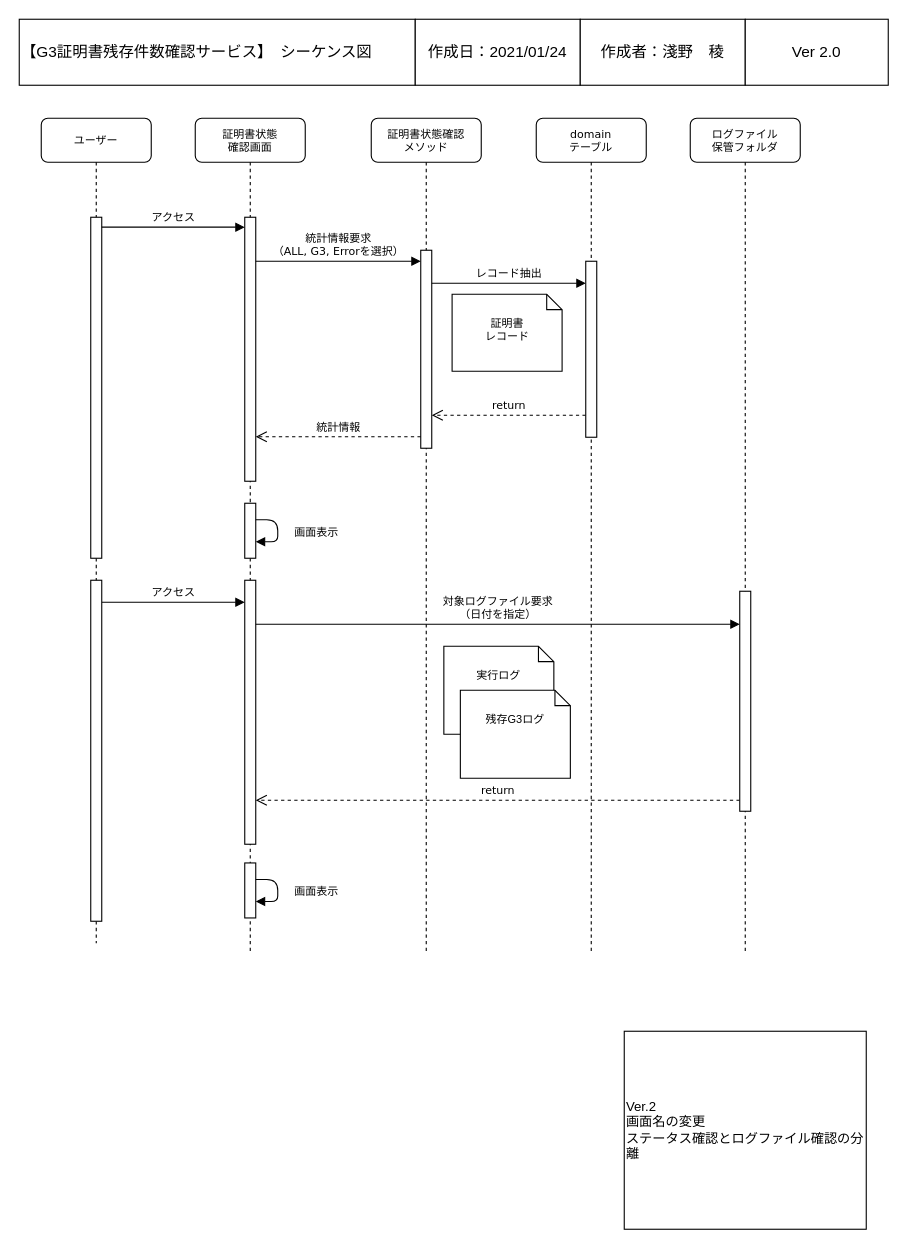
This is page "シーケンス図（WEB UI）" (2 of 6) of UMLDiagram.drawio from r-asano/kaihatsubuKenshu, a draw.io file, before an edit. Source tidied: cells renumbered, new cells numbered last; positions are measured from the earlier drawing's top-left corner, leaving out a move shared by most shapes. Both pictures are drawn from the tidied source at 110%, with x=0, y=0 at pixel (19, 19).
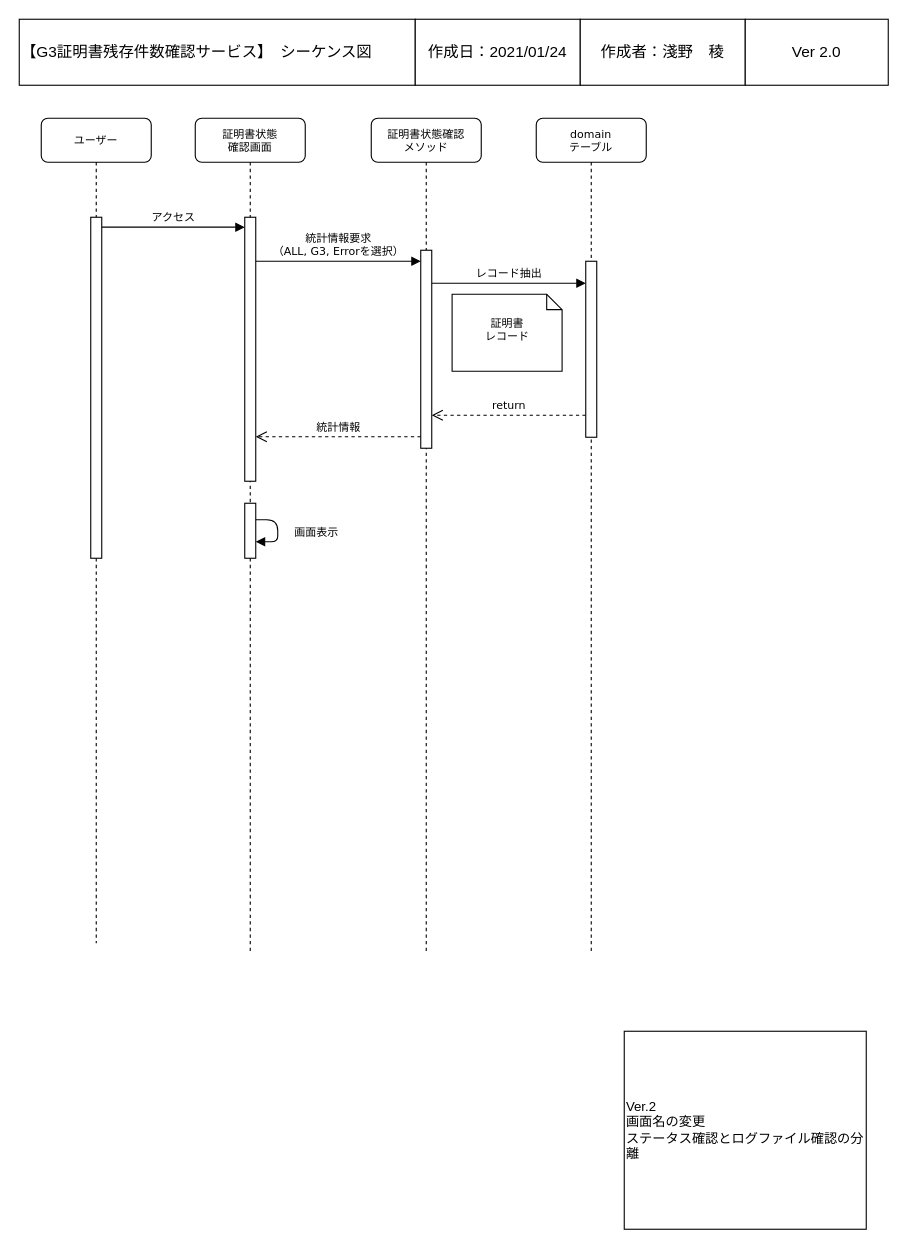
The same diagram, later.

The change refers to these unchanged cells:
```xml
<mxCell id="2" value="証明書状態&lt;br style=&quot;font-size: 10px&quot;&gt;確認画面" style="shape=umlLifeline;perimeter=lifelinePerimeter;whiteSpace=wrap;html=1;rounded=1;shadow=0;comic=0;labelBackgroundColor=none;strokeWidth=1;fontFamily=Verdana;fontSize=10;align=center;" parent="1" vertex="1">
  <mxGeometry x="160" y="90" width="100" height="760" as="geometry" />
</mxCell>
```

What changed in the source:
```diff
@@
-    <mxCell id="4" style="html=1;points=[];perimeter=orthogonalPerimeter;rounded=0;shadow=0;comic=0;labelBackgroundColor=none;strokeWidth=1;fontFamily=Verdana;fontSize=10;align=center;" parent="2" vertex="1">
-      <mxGeometry x="45" y="677" width="10" height="50" as="geometry" />
-    </mxCell>
-    <mxCell id="5" value="画面表示" style="html=1;verticalAlign=bottom;endArrow=block;fontSize=10;" parent="2" edge="1" source="4" target="4">
-      <mxGeometry x="0.33" y="-35" relative="1" as="geometry">
-        <mxPoint x="35" y="35" as="offset" />
-      </mxGeometry>
-    </mxCell>
-    <mxCell id="6" style="html=1;points=[];perimeter=orthogonalPerimeter;rounded=0;shadow=0;comic=0;labelBackgroundColor=none;strokeWidth=1;fontFamily=Verdana;fontSize=10;align=center;" parent="2" vertex="1">
-      <mxGeometry x="45" y="420" width="10" height="240" as="geometry" />
-    </mxCell>
@@
-    <mxCell id="13" value="&lt;div&gt;対象ログファイル要求&lt;/div&gt;（日付を指定）" style="html=1;verticalAlign=bottom;endArrow=block;labelBackgroundColor=none;fontFamily=Verdana;fontSize=10;edgeStyle=elbowEdgeStyle;elbow=vertical;" parent="1" edge="1" source="6" target="17">
-      <mxGeometry relative="1" as="geometry">
-        <Array as="points">
-          <mxPoint x="580" y="550" />
-          <mxPoint x="570" y="560" />
-          <mxPoint x="330" y="540" />
-          <mxPoint x="310" y="690" />
-          <mxPoint x="300" y="532.5" />
-        </Array>
-      </mxGeometry>
-    </mxCell>
-    <mxCell id="14" value="return" style="html=1;verticalAlign=bottom;endArrow=open;dashed=1;endSize=8;labelBackgroundColor=none;fontFamily=Verdana;fontSize=10;edgeStyle=elbowEdgeStyle;elbow=vertical;" parent="1" edge="1" source="17" target="6">
-      <mxGeometry relative="1" as="geometry">
-        <Array as="points">
-          <mxPoint x="590" y="710" />
-          <mxPoint x="320" y="690" />
-          <mxPoint x="310" y="620" />
-          <mxPoint x="210" y="530" />
-          <mxPoint x="560" y="690" />
-          <mxPoint x="300" y="652.5" />
-          <mxPoint x="300" y="642.5" />
-          <mxPoint x="330" y="642.5" />
-        </Array>
-      </mxGeometry>
-    </mxCell>
@@
-    <mxCell id="16" value="ログファイル&lt;br style=&quot;font-size: 10px&quot;&gt;保管フォルダ" style="shape=umlLifeline;perimeter=lifelinePerimeter;whiteSpace=wrap;html=1;rounded=1;shadow=0;comic=0;labelBackgroundColor=none;strokeWidth=1;fontFamily=Verdana;fontSize=10;align=center;" parent="1" vertex="1">
-      <mxGeometry x="610" y="90" width="100" height="760" as="geometry" />
-    </mxCell>
-    <mxCell id="17" style="html=1;points=[];perimeter=orthogonalPerimeter;rounded=0;shadow=0;comic=0;labelBackgroundColor=none;strokeWidth=1;fontFamily=Verdana;fontSize=10;align=center;" parent="16" vertex="1">
-      <mxGeometry x="45" y="430" width="10" height="200" as="geometry" />
-    </mxCell>
@@
-    <mxCell id="25" value="&lt;div style=&quot;font-size: 10px&quot; align=&quot;center&quot;&gt;実行ログ&lt;/div&gt;" style="shape=note2;boundedLbl=1;whiteSpace=wrap;html=1;size=14;verticalAlign=top;align=center;fontSize=10;" parent="1" vertex="1">
-      <mxGeometry x="386" y="570" width="100" height="80" as="geometry" />
-    </mxCell>
-    <mxCell id="26" value="残存G3ログ" style="shape=note2;boundedLbl=1;whiteSpace=wrap;html=1;size=14;verticalAlign=top;align=center;fontSize=10;" parent="1" vertex="1">
-      <mxGeometry x="401" y="610" width="100" height="80" as="geometry" />
-    </mxCell>
@@
-    <mxCell id="32" value="アクセス" style="html=1;verticalAlign=bottom;endArrow=block;labelBackgroundColor=none;fontFamily=Verdana;fontSize=10;edgeStyle=elbowEdgeStyle;elbow=vertical;" parent="1" edge="1" target="6">
-      <mxGeometry relative="1" as="geometry">
-        <mxPoint x="75" y="530" as="sourcePoint" />
-        <Array as="points">
-          <mxPoint x="140" y="530" />
-          <mxPoint x="165" y="541" />
-        </Array>
-      </mxGeometry>
-    </mxCell>
-    <mxCell id="33" style="html=1;perimeter=orthogonalPerimeter;rounded=0;shadow=0;comic=0;labelBackgroundColor=none;strokeWidth=1;fontFamily=Verdana;fontSize=10;align=center;" parent="1" vertex="1">
-      <mxGeometry x="65" y="510" width="10" height="310" as="geometry" />
-    </mxCell>
```
